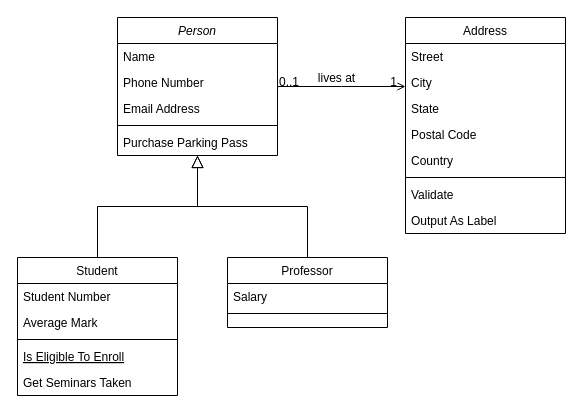
This is Diagrama sem nome.drawio from filipebratti/w3-schools, a draw.io file, before an edit. Source tidied: cells renumbered, new cells numbered last; positions are measured from the earlier drawing's top-left corner, leaving out a move shared by most shapes. Both pictures are drawn from the tidied source at 100%, with x=0, y=0 at pixel (17, 17).
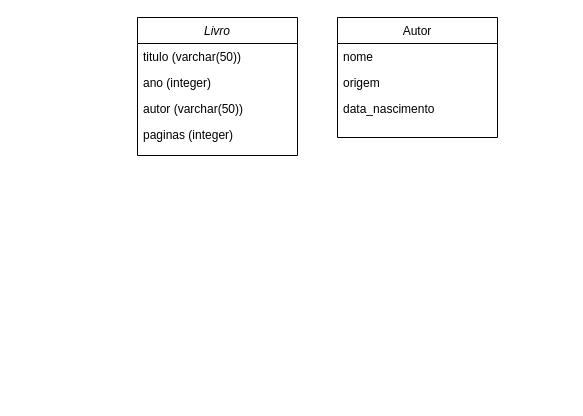
The same page after the edit.

Diff of the diagram source:
```diff
@@
-    <mxCell id="2" value="Person" style="swimlane;fontStyle=2;align=center;verticalAlign=top;horizontal=1;startSize=26;rounded=0;shadow=0;strokeWidth=1;" parent="1" vertex="1">
-      <mxGeometry x="100" width="160" height="138" as="geometry" />
+    <mxCell id="2" value="Livro" style="swimlane;fontStyle=2;align=center;verticalAlign=top;horizontal=1;startSize=26;rounded=0;shadow=0;strokeWidth=1;" parent="1" vertex="1">
+      <mxGeometry x="120" width="160" height="138" as="geometry" />
     </mxCell>
-    <mxCell id="3" value="Name" style="text;align=left;verticalAlign=top;spacingLeft=4;spacingRight=4;overflow=hidden;" parent="2" vertex="1">
+    <mxCell id="3" value="titulo (varchar(50))" style="text;align=left;verticalAlign=top;spacingLeft=4;spacingRight=4;overflow=hidden;" parent="2" vertex="1">
       <mxGeometry y="26" width="160" height="26" as="geometry" />
     </mxCell>
-    <mxCell id="4" value="Phone Number" style="text;align=left;verticalAlign=top;spacingLeft=4;spacingRight=4;overflow=hidden;rounded=0;shadow=0;html=0;" parent="2" vertex="1">
+    <mxCell id="4" value="ano (integer)" style="text;align=left;verticalAlign=top;spacingLeft=4;spacingRight=4;overflow=hidden;rounded=0;shadow=0;html=0;" parent="2" vertex="1">
       <mxGeometry y="52" width="160" height="26" as="geometry" />
     </mxCell>
-    <mxCell id="5" value="Email Address" style="text;align=left;verticalAlign=top;spacingLeft=4;spacingRight=4;overflow=hidden;rounded=0;shadow=0;html=0;" parent="2" vertex="1">
+    <mxCell id="5" value="autor (varchar(50))" style="text;align=left;verticalAlign=top;spacingLeft=4;spacingRight=4;overflow=hidden;rounded=0;shadow=0;html=0;" parent="2" vertex="1">
       <mxGeometry y="78" width="160" height="26" as="geometry" />
     </mxCell>
-    <mxCell id="6" style="line;html=1;strokeWidth=1;align=left;verticalAlign=middle;spacingTop=-1;spacingLeft=3;spacingRight=3;labelPosition=right;" parent="2" vertex="1">
-      <mxGeometry y="104" width="160" height="8" as="geometry" />
-    </mxCell>
-    <mxCell id="7" value="Purchase Parking Pass" style="text;align=left;verticalAlign=top;spacingLeft=4;spacingRight=4;overflow=hidden;" parent="2" vertex="1">
-      <mxGeometry y="112" width="160" height="26" as="geometry" />
+    <mxCell id="7" value="paginas (integer)" style="text;align=left;verticalAlign=top;spacingLeft=4;spacingRight=4;overflow=hidden;" parent="2" vertex="1">
+      <mxGeometry y="104" width="160" height="26" as="geometry" />
     </mxCell>
-    <mxCell id="8" value="Student" style="swimlane;fontStyle=0;align=center;verticalAlign=top;horizontal=1;startSize=26;rounded=0;shadow=0;strokeWidth=1;" parent="1" vertex="1">
-      <mxGeometry y="240" width="160" height="138" as="geometry" />
-    </mxCell>
-    <mxCell id="9" value="Student Number" style="text;align=left;verticalAlign=top;spacingLeft=4;spacingRight=4;overflow=hidden;" parent="8" vertex="1">
-      <mxGeometry y="26" width="160" height="26" as="geometry" />
-    </mxCell>
-    <mxCell id="10" value="Average Mark" style="text;align=left;verticalAlign=top;spacingLeft=4;spacingRight=4;overflow=hidden;rounded=0;shadow=0;html=0;" parent="8" vertex="1">
-      <mxGeometry y="52" width="160" height="26" as="geometry" />
-    </mxCell>
-    <mxCell id="11" style="line;html=1;strokeWidth=1;align=left;verticalAlign=middle;spacingTop=-1;spacingLeft=3;spacingRight=3;labelPosition=right;" parent="8" vertex="1">
-      <mxGeometry y="78" width="160" height="8" as="geometry" />
-    </mxCell>
-    <mxCell id="12" value="Is Eligible To Enroll" style="text;align=left;verticalAlign=top;spacingLeft=4;spacingRight=4;overflow=hidden;fontStyle=4;" parent="8" vertex="1">
-      <mxGeometry y="86" width="160" height="26" as="geometry" />
-    </mxCell>
-    <mxCell id="13" value="Get Seminars Taken" style="text;align=left;verticalAlign=top;spacingLeft=4;spacingRight=4;overflow=hidden;" parent="8" vertex="1">
-      <mxGeometry y="112" width="160" height="26" as="geometry" />
-    </mxCell>
-    <mxCell id="14" style="endArrow=block;endSize=10;endFill=0;shadow=0;strokeWidth=1;rounded=0;edgeStyle=elbowEdgeStyle;elbow=vertical;" parent="1" edge="1" source="8" target="2">
-      <mxGeometry relative="1" as="geometry" />
-    </mxCell>
-    <mxCell id="15" value="Professor" style="swimlane;fontStyle=0;align=center;verticalAlign=top;horizontal=1;startSize=26;rounded=0;shadow=0;strokeWidth=1;" parent="1" vertex="1">
-      <mxGeometry x="210" y="240" width="160" height="70" as="geometry" />
-    </mxCell>
-    <mxCell id="16" value="Salary" style="text;align=left;verticalAlign=top;spacingLeft=4;spacingRight=4;overflow=hidden;" parent="15" vertex="1">
-      <mxGeometry y="26" width="160" height="26" as="geometry" />
-    </mxCell>
-    <mxCell id="17" style="line;html=1;strokeWidth=1;align=left;verticalAlign=middle;spacingTop=-1;spacingLeft=3;spacingRight=3;labelPosition=right;" parent="15" vertex="1">
-      <mxGeometry y="52" width="160" height="8" as="geometry" />
-    </mxCell>
-    <mxCell id="18" style="endArrow=block;endSize=10;endFill=0;shadow=0;strokeWidth=1;rounded=0;edgeStyle=elbowEdgeStyle;elbow=vertical;" parent="1" edge="1" source="15" target="2">
-      <mxGeometry relative="1" as="geometry" />
-    </mxCell>
-    <mxCell id="19" value="Address" style="swimlane;fontStyle=0;align=center;verticalAlign=top;horizontal=1;startSize=26;rounded=0;shadow=0;strokeWidth=1;" parent="1" vertex="1">
-      <mxGeometry x="388" width="160" height="216" as="geometry" />
+    <mxCell id="19" value="Autor" style="swimlane;fontStyle=0;align=center;verticalAlign=top;horizontal=1;startSize=26;rounded=0;shadow=0;strokeWidth=1;" parent="1" vertex="1">
+      <mxGeometry x="320" width="160" height="120" as="geometry" />
     </mxCell>
-    <mxCell id="20" value="Street" style="text;align=left;verticalAlign=top;spacingLeft=4;spacingRight=4;overflow=hidden;" parent="19" vertex="1">
+    <mxCell id="20" value="nome" style="text;align=left;verticalAlign=top;spacingLeft=4;spacingRight=4;overflow=hidden;" parent="19" vertex="1">
       <mxGeometry y="26" width="160" height="26" as="geometry" />
     </mxCell>
-    <mxCell id="21" value="City" style="text;align=left;verticalAlign=top;spacingLeft=4;spacingRight=4;overflow=hidden;rounded=0;shadow=0;html=0;" parent="19" vertex="1">
+    <mxCell id="21" value="origem" style="text;align=left;verticalAlign=top;spacingLeft=4;spacingRight=4;overflow=hidden;rounded=0;shadow=0;html=0;" parent="19" vertex="1">
       <mxGeometry y="52" width="160" height="26" as="geometry" />
     </mxCell>
-    <mxCell id="22" value="State" style="text;align=left;verticalAlign=top;spacingLeft=4;spacingRight=4;overflow=hidden;rounded=0;shadow=0;html=0;" parent="19" vertex="1">
+    <mxCell id="22" value="data_nascimento" style="text;align=left;verticalAlign=top;spacingLeft=4;spacingRight=4;overflow=hidden;rounded=0;shadow=0;html=0;" parent="19" vertex="1">
       <mxGeometry y="78" width="160" height="26" as="geometry" />
     </mxCell>
-    <mxCell id="23" value="Postal Code" style="text;align=left;verticalAlign=top;spacingLeft=4;spacingRight=4;overflow=hidden;rounded=0;shadow=0;html=0;" parent="19" vertex="1">
-      <mxGeometry y="104" width="160" height="26" as="geometry" />
-    </mxCell>
-    <mxCell id="24" value="Country" style="text;align=left;verticalAlign=top;spacingLeft=4;spacingRight=4;overflow=hidden;rounded=0;shadow=0;html=0;" parent="19" vertex="1">
-      <mxGeometry y="130" width="160" height="26" as="geometry" />
-    </mxCell>
-    <mxCell id="25" style="line;html=1;strokeWidth=1;align=left;verticalAlign=middle;spacingTop=-1;spacingLeft=3;spacingRight=3;labelPosition=right;" parent="19" vertex="1">
-      <mxGeometry y="156" width="160" height="8" as="geometry" />
-    </mxCell>
-    <mxCell id="26" value="Validate" style="text;align=left;verticalAlign=top;spacingLeft=4;spacingRight=4;overflow=hidden;" parent="19" vertex="1">
-      <mxGeometry y="164" width="160" height="26" as="geometry" />
-    </mxCell>
-    <mxCell id="27" value="Output As Label" style="text;align=left;verticalAlign=top;spacingLeft=4;spacingRight=4;overflow=hidden;" parent="19" vertex="1">
-      <mxGeometry y="190" width="160" height="26" as="geometry" />
-    </mxCell>
-    <mxCell id="28" style="endArrow=open;shadow=0;strokeWidth=1;rounded=0;endFill=1;edgeStyle=elbowEdgeStyle;elbow=vertical;" parent="1" edge="1" source="2" target="19">
-      <mxGeometry x="0.5" y="41" relative="1" as="geometry">
-        <mxPoint x="-40" y="32" as="offset" />
-      </mxGeometry>
-    </mxCell>
-    <mxCell id="29" value="0..1" style="align=left;verticalAlign=bottom;labelBackgroundColor=none;fontSize=12;" parent="28" vertex="1">
-      <mxGeometry x="-1" relative="1" as="geometry">
-        <mxPoint y="4" as="offset" />
-      </mxGeometry>
-    </mxCell>
-    <mxCell id="30" value="1" style="align=right;verticalAlign=bottom;labelBackgroundColor=none;fontSize=12;" parent="28" vertex="1">
-      <mxGeometry x="1" relative="1" as="geometry">
-        <mxPoint x="-7" y="4" as="offset" />
-      </mxGeometry>
-    </mxCell>
-    <mxCell id="31" value="lives at" style="text;html=1;align=center;verticalAlign=middle;labelBackgroundColor=none;rounded=0;shadow=0;strokeWidth=1;fontSize=12;" parent="28" vertex="1">
-      <mxGeometry x="0.5" y="49" relative="1" as="geometry">
-        <mxPoint x="-38" y="40" as="offset" />
-      </mxGeometry>
-    </mxCell>
```
